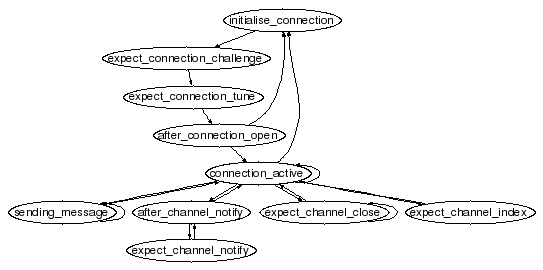
imatix/openamq keeps this Graphviz diagram as doc/amq_sclient_agent.png. Above is the earlier version. Its source is kept beside it as doc/amq_sclient_agent.dot.
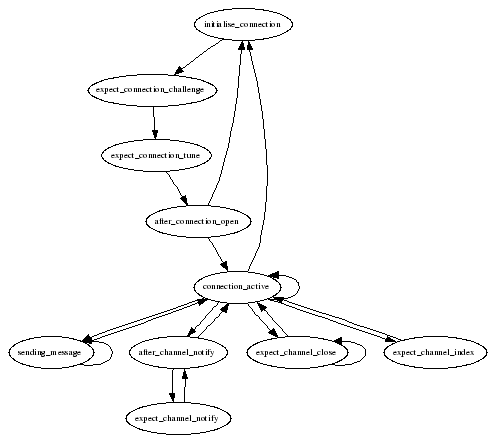
The same diagram one commit later.

Commit message:
Homogenized font size

Diff of the diagram source:
```diff
@@ -1,6 +1,6 @@
-digraph {
-    size = "5.5,8";
-    node [fontname=Helvetica, fontsize=30];
+digraph SClientAgent {
+    size = "5,8";
+    node [fontsize=10];
     subgraph client {
         initialise_connection -> expect_connection_challenge;
         expect_connection_challenge -> expect_connection_tune;
```
